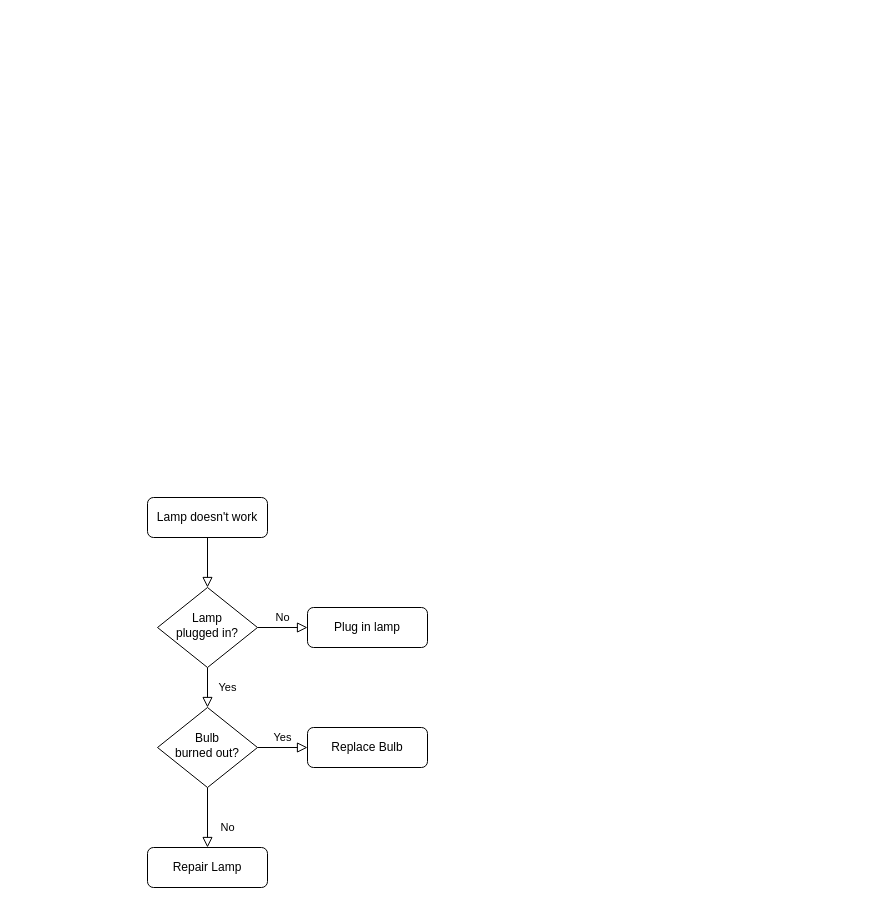
Earlier version of the draw.io diagram docs/Unavngivet diagram.drawio (ITU-BDSA-GROUP-20/Chirp). Source tidied: cells renumbered, new cells numbered last; positions are measured from the earlier drawing's top-left corner, leaving out a move shared by most shapes. Both pictures are drawn from the tidied source at 100%, with x=0, y=0 at pixel (147, 497).
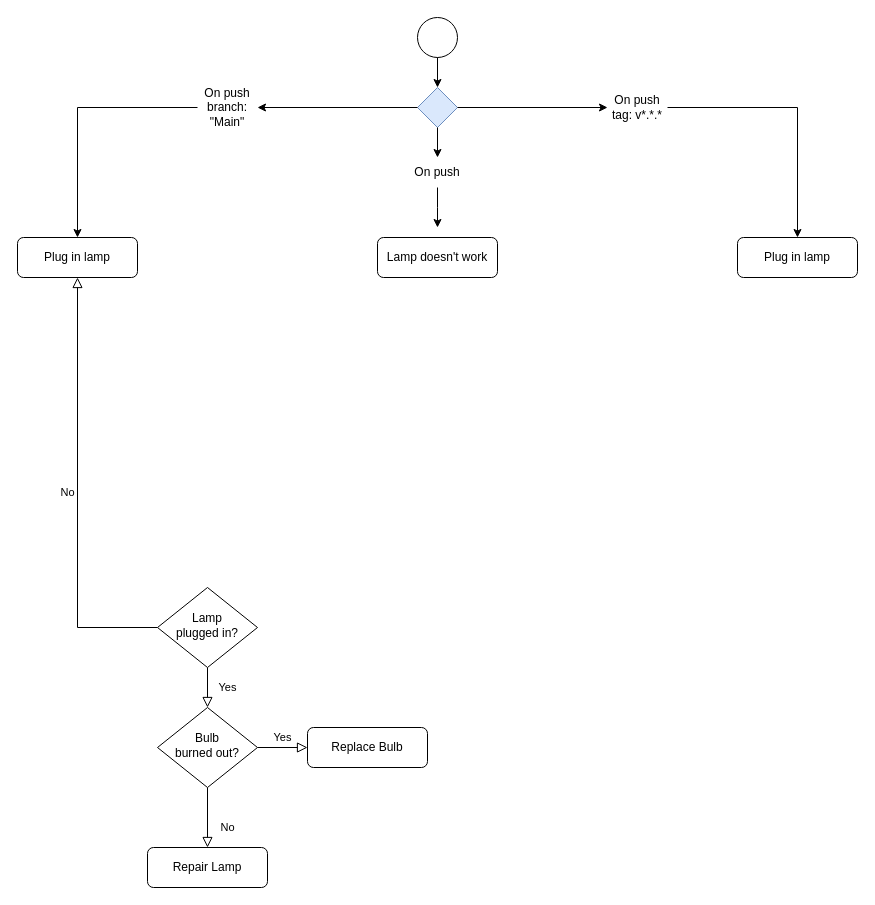
After the change.

Commit message:
Added initial switch for different actions on commit

Unchanged cells that the change refers to:
```xml
<mxCell id="6" value="Lamp&lt;br&gt;plugged in?" style="rhombus;whiteSpace=wrap;html=1;shadow=0;fontFamily=Helvetica;fontSize=12;align=center;strokeWidth=1;spacing=6;spacingTop=-4;" parent="1" vertex="1">
  <mxGeometry x="10" y="90" width="100" height="80" as="geometry" />
</mxCell>
```

Change to the diagram source:
```diff
@@
-    <mxCell id="2" style="rounded=0;html=1;jettySize=auto;fontSize=11;endArrow=block;endFill=0;endSize=8;strokeWidth=1;shadow=0;labelBackgroundColor=none;edgeStyle=orthogonalEdgeStyle;" parent="1" edge="1" source="3" target="6">
-      <mxGeometry relative="1" as="geometry" />
-    </mxCell>
     <mxCell id="3" value="Lamp doesn't work" style="rounded=1;whiteSpace=wrap;html=1;fontSize=12;glass=0;strokeWidth=1;shadow=0;" parent="1" vertex="1">
-      <mxGeometry width="120" height="40" as="geometry" />
+      <mxGeometry x="230" y="-260" width="120" height="40" as="geometry" />
     </mxCell>
+    <mxCell id="7" value="Plug in lamp" style="rounded=1;whiteSpace=wrap;html=1;fontSize=12;glass=0;strokeWidth=1;shadow=0;" parent="1" vertex="1">
+      <mxGeometry x="590" y="-260" width="120" height="40" as="geometry" />
+    </mxCell>
+    <mxCell id="13" style="edgeStyle=orthogonalEdgeStyle;rounded=0;jettySize=auto;html=1;exitX=0.5;exitY=1;exitDx=0;exitDy=0;" parent="1" edge="1" source="23">
+      <mxGeometry relative="1" as="geometry">
+        <mxPoint x="290" y="-270" as="targetPoint" />
+      </mxGeometry>
+    </mxCell>
+    <mxCell id="14" style="ellipse;whiteSpace=wrap;html=1;" parent="1" vertex="1">
+      <mxGeometry x="270" y="-480" width="40" height="40" as="geometry" />
+    </mxCell>
@@
-    <mxCell id="5" value="No" style="edgeStyle=orthogonalEdgeStyle;rounded=0;html=1;jettySize=auto;fontSize=11;endArrow=block;endFill=0;endSize=8;strokeWidth=1;shadow=0;labelBackgroundColor=none;" parent="1" edge="1" source="6" target="7">
+    <mxCell id="5" value="No" style="edgeStyle=orthogonalEdgeStyle;rounded=0;html=1;jettySize=auto;fontSize=11;endArrow=block;endFill=0;endSize=8;strokeWidth=1;shadow=0;labelBackgroundColor=none;" parent="1" edge="1" source="6" target="15">
       <mxGeometry y="10" relative="1" as="geometry" />
     </mxCell>
@@
-    <mxCell id="7" value="Plug in lamp" style="rounded=1;whiteSpace=wrap;html=1;fontSize=12;glass=0;strokeWidth=1;shadow=0;" parent="1" vertex="1">
-      <mxGeometry x="160" y="110" width="120" height="40" as="geometry" />
-    </mxCell>
+    <mxCell id="15" value="Plug in lamp" style="rounded=1;whiteSpace=wrap;html=1;fontSize=12;glass=0;strokeWidth=1;shadow=0;" parent="1" vertex="1">
+      <mxGeometry x="-130" y="-260" width="120" height="40" as="geometry" />
+    </mxCell>
@@
+    <mxCell id="16" style="edgeStyle=orthogonalEdgeStyle;rounded=0;jettySize=auto;html=1;" parent="1" edge="1" source="14" target="19">
+      <mxGeometry relative="1" as="geometry" />
+    </mxCell>
+    <mxCell id="17" style="edgeStyle=orthogonalEdgeStyle;rounded=0;jettySize=auto;html=1;entryX=0.5;entryY=0;entryDx=0;entryDy=0;" parent="1" edge="1" source="25" target="7">
+      <mxGeometry relative="1" as="geometry" />
+    </mxCell>
+    <mxCell id="18" style="edgeStyle=orthogonalEdgeStyle;rounded=0;jettySize=auto;html=1;entryX=0.5;entryY=0;entryDx=0;entryDy=0;" parent="1" edge="1" source="21" target="15">
+      <mxGeometry relative="1" as="geometry">
+        <Array as="points">
+          <mxPoint x="-70" y="-390" />
+        </Array>
+      </mxGeometry>
+    </mxCell>
+    <mxCell id="19" style="rhombus;whiteSpace=wrap;html=1;fillColor=#dae8fc;strokeColor=#6c8ebf;" parent="1" vertex="1">
+      <mxGeometry x="270" y="-410" width="40" height="40" as="geometry" />
+    </mxCell>
+    <mxCell id="20" style="edgeStyle=orthogonalEdgeStyle;rounded=0;jettySize=auto;html=1;" parent="1" edge="1" source="19" target="21">
+      <mxGeometry relative="1" as="geometry" />
+    </mxCell>
+    <mxCell id="21" value="On push branch: &quot;Main&quot;" style="text;html=1;strokeColor=none;fillColor=none;align=center;verticalAlign=middle;whiteSpace=wrap;rounded=0;" parent="1" vertex="1">
+      <mxGeometry x="50" y="-405" width="60" height="30" as="geometry" />
+    </mxCell>
+    <mxCell id="22" style="edgeStyle=orthogonalEdgeStyle;rounded=0;jettySize=auto;html=1;" parent="1" edge="1" source="19" target="23">
+      <mxGeometry relative="1" as="geometry" />
+    </mxCell>
+    <mxCell id="23" value="On push" style="text;html=1;strokeColor=none;fillColor=none;align=center;verticalAlign=middle;whiteSpace=wrap;rounded=0;" parent="1" vertex="1">
+      <mxGeometry x="260" y="-340" width="60" height="30" as="geometry" />
+    </mxCell>
+    <mxCell id="24" style="edgeStyle=orthogonalEdgeStyle;rounded=0;jettySize=auto;html=1;" parent="1" edge="1" source="19" target="25">
+      <mxGeometry relative="1" as="geometry" />
+    </mxCell>
+    <mxCell id="25" value="On push tag: v*.*.*" style="text;html=1;strokeColor=none;fillColor=none;align=center;verticalAlign=middle;whiteSpace=wrap;rounded=0;" parent="1" vertex="1">
+      <mxGeometry x="460" y="-405" width="60" height="30" as="geometry" />
+    </mxCell>
```
